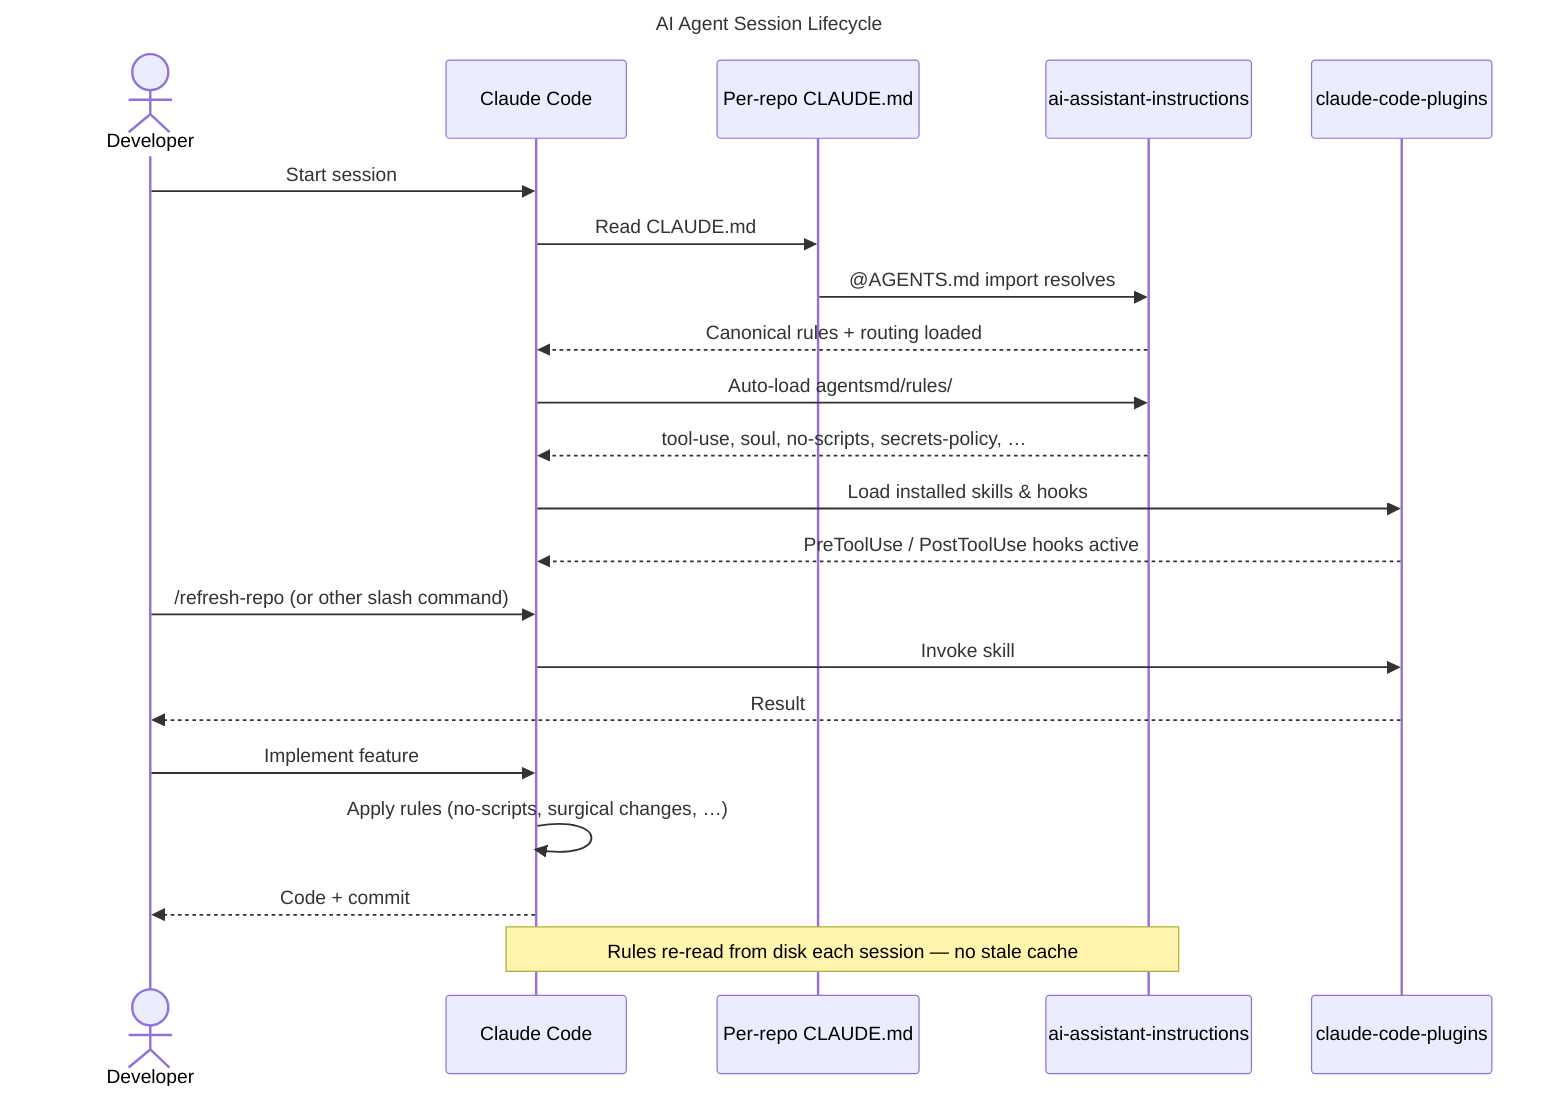
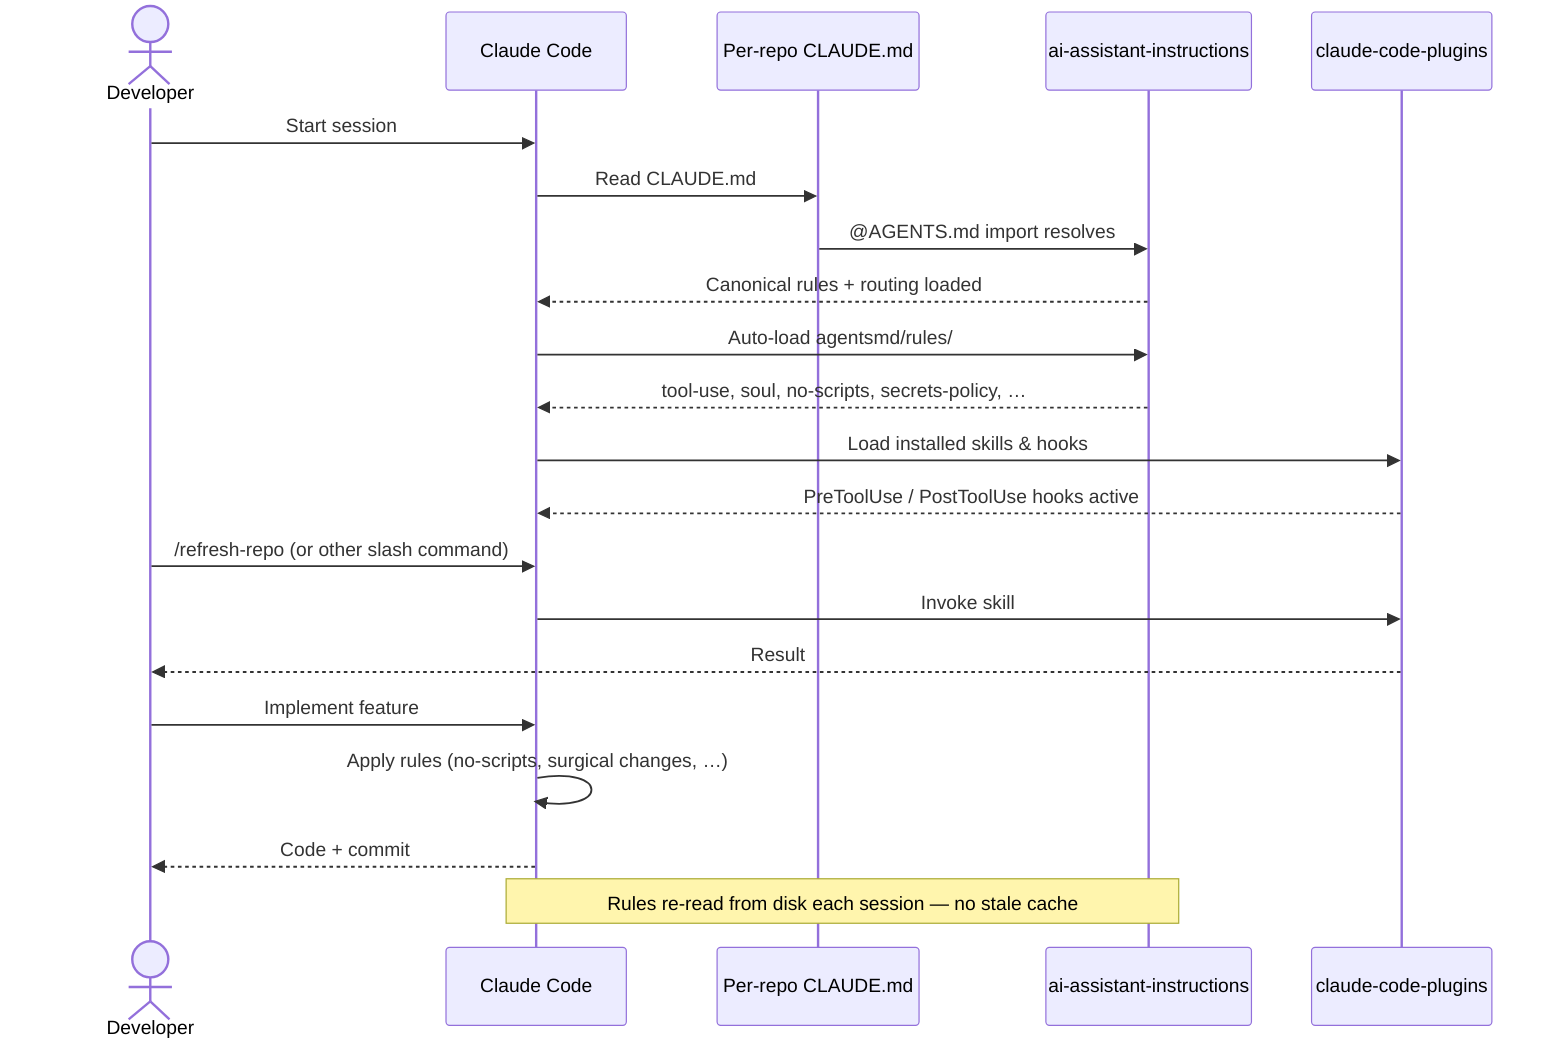
- ---
- title: AI Agent Session Lifecycle
- ---
+ %% AI agent session lifecycle: from session start through implementation
sequenceDiagram
    actor Dev as Developer
    participant CC as Claude Code
    participant Repo as Per-repo CLAUDE.md
    participant AAI as ai-assistant-instructions
    participant Plugins as claude-code-plugins

    Dev->>CC: Start session
    CC->>Repo: Read CLAUDE.md
    Repo->>AAI: @AGENTS.md import resolves
    AAI-->>CC: Canonical rules + routing loaded
    CC->>AAI: Auto-load agentsmd/rules/
    AAI-->>CC: tool-use, soul, no-scripts, secrets-policy, …
    CC->>Plugins: Load installed skills & hooks
    Plugins-->>CC: PreToolUse / PostToolUse hooks active

    Dev->>CC: /refresh-repo (or other slash command)
    CC->>Plugins: Invoke skill
    Plugins-->>Dev: Result

    Dev->>CC: Implement feature
    CC->>CC: Apply rules (no-scripts, surgical changes, …)
    CC-->>Dev: Code + commit

    Note over CC,AAI: Rules re-read from disk each session — no stale cache
